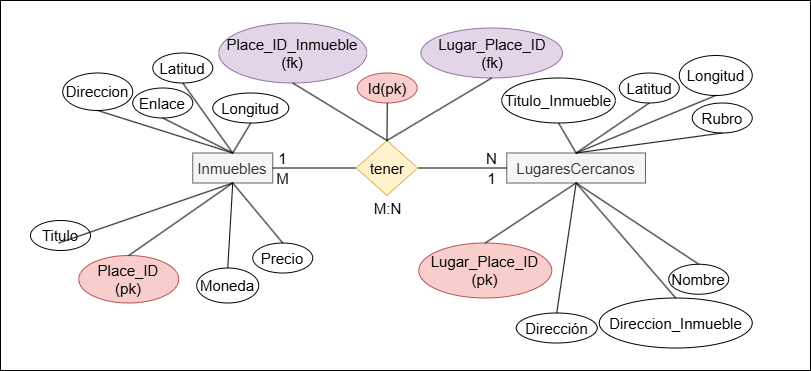
Earlier version of the draw.io export ModelosRelacionales/Modelos-ModeloEntidadRelacion.drawio.png (Vikktor93/webscraping-api-bd-project). Source tidied: cells renumbered, new cells last; positions are measured from the earlier drawing's top-left corner, leaving out a move shared by most shapes. Source of this version:
```xml
<mxGraphModel>
  <root>
    <mxCell id="0" />
    <mxCell id="1" parent="0" />
    <mxCell id="2" style="rounded=0;whiteSpace=wrap;html=1;" parent="1" vertex="1">
      <mxGeometry width="810" height="370" as="geometry" />
    </mxCell>
    <mxCell id="3" value="Inmuebles" style="rounded=0;whiteSpace=wrap;html=1;fillColor=#f5f5f5;fontColor=#333333;strokeColor=#666666;fontSize=15;" parent="1" vertex="1">
      <mxGeometry x="192.2" y="152.5" width="80" height="30" as="geometry" />
    </mxCell>
    <mxCell id="4" value="LugaresCercanos" style="rounded=0;whiteSpace=wrap;html=1;fillColor=#f5f5f5;fontColor=#333333;strokeColor=#666666;fontSize=15;" parent="1" vertex="1">
      <mxGeometry x="506.2" y="152.5" width="138.8" height="30" as="geometry" />
    </mxCell>
    <mxCell id="5" style="endArrow=none;html=1;rounded=0;fontSize=15;entryX=1;entryY=0.5;entryDx=0;entryDy=0;exitX=0;exitY=0.5;exitDx=0;exitDy=0;" parent="1" edge="1" source="7" target="3">
      <mxGeometry relative="1" as="geometry" />
    </mxCell>
    <mxCell id="6" style="endArrow=none;html=1;rounded=0;fontSize=15;entryX=1;entryY=0.5;entryDx=0;entryDy=0;exitX=0;exitY=0.5;exitDx=0;exitDy=0;" parent="1" edge="1" source="4" target="7">
      <mxGeometry relative="1" as="geometry" />
    </mxCell>
    <mxCell id="7" value="&lt;font&gt;tener&lt;/font&gt;" style="rhombus;whiteSpace=wrap;html=1;fontSize=15;fillColor=#fff2cc;strokeColor=#d6b656;" parent="1" vertex="1">
      <mxGeometry x="355.8" y="140" width="61.5" height="55" as="geometry" />
    </mxCell>
    <mxCell id="8" value="&lt;font&gt;M:N&lt;/font&gt;" style="text;html=1;align=center;verticalAlign=middle;strokeColor=none;fillColor=none;fontSize=15;" parent="1" vertex="1">
      <mxGeometry x="361.8" y="192.5" width="50" height="30" as="geometry" />
    </mxCell>
    <mxCell id="9" value="&lt;font&gt;M&lt;/font&gt;" style="text;html=1;align=center;verticalAlign=middle;strokeColor=none;fillColor=none;fontSize=15;" parent="1" vertex="1">
      <mxGeometry x="262.2" y="162.5" width="40" height="30" as="geometry" />
    </mxCell>
    <mxCell id="10" value="&lt;font&gt;1&lt;/font&gt;" style="text;html=1;align=center;verticalAlign=middle;strokeColor=none;fillColor=none;fontSize=15;" parent="1" vertex="1">
      <mxGeometry x="267.2" y="142.5" width="30" height="30" as="geometry" />
    </mxCell>
    <mxCell id="11" value="&lt;font&gt;N&lt;/font&gt;" style="text;html=1;align=center;verticalAlign=middle;strokeColor=none;fillColor=none;fontSize=15;" parent="1" vertex="1">
      <mxGeometry x="476.2" y="142.5" width="30" height="30" as="geometry" />
    </mxCell>
    <mxCell id="12" value="&lt;font&gt;1&lt;/font&gt;" style="text;html=1;align=center;verticalAlign=middle;strokeColor=none;fillColor=none;fontSize=15;" parent="1" vertex="1">
      <mxGeometry x="476.2" y="162.5" width="30" height="30" as="geometry" />
    </mxCell>
    <mxCell id="13" value="Lugar_Place_ID&lt;div&gt;(pk)&lt;/div&gt;" style="ellipse;whiteSpace=wrap;html=1;fontSize=15;fillColor=#f8cecc;strokeColor=#b85450;" parent="1" vertex="1">
      <mxGeometry x="418.2" y="242.5" width="133" height="55" as="geometry" />
    </mxCell>
    <mxCell id="14" style="endArrow=none;html=1;rounded=0;fontSize=15;entryX=0.5;entryY=1;entryDx=0;entryDy=0;exitX=0.5;exitY=0;exitDx=0;exitDy=0;" parent="1" edge="1" source="13" target="4">
      <mxGeometry relative="1" as="geometry" />
    </mxCell>
    <mxCell id="15" value="Titulo_Inmueble" style="ellipse;whiteSpace=wrap;html=1;fontSize=15;" parent="1" vertex="1">
      <mxGeometry x="501.2" y="77.5" width="113.6" height="45" as="geometry" />
    </mxCell>
    <mxCell id="16" style="endArrow=none;html=1;rounded=0;fontSize=15;entryX=0.5;entryY=0;entryDx=0;entryDy=0;exitX=0.5;exitY=1;exitDx=0;exitDy=0;" parent="1" edge="1" source="15" target="4">
      <mxGeometry relative="1" as="geometry" />
    </mxCell>
    <mxCell id="17" value="Direccion_Inmueble" style="ellipse;whiteSpace=wrap;html=1;fontSize=15;" parent="1" vertex="1">
      <mxGeometry x="598.8" y="297.5" width="153" height="50" as="geometry" />
    </mxCell>
    <mxCell id="18" style="endArrow=none;html=1;rounded=0;fontSize=15;entryX=0.5;entryY=1;entryDx=0;entryDy=0;exitX=0.5;exitY=0;exitDx=0;exitDy=0;" parent="1" edge="1" source="17" target="4">
      <mxGeometry relative="1" as="geometry" />
    </mxCell>
    <mxCell id="19" value="Titulo" style="ellipse;whiteSpace=wrap;html=1;fontSize=15;" parent="1" vertex="1">
      <mxGeometry x="30" y="220" width="60" height="30" as="geometry" />
    </mxCell>
    <mxCell id="20" style="endArrow=none;html=1;rounded=0;fontSize=15;entryX=0.5;entryY=1;entryDx=0;entryDy=0;exitX=0.5;exitY=0;exitDx=0;exitDy=0;" parent="1" edge="1">
      <mxGeometry relative="1" as="geometry">
        <mxPoint x="58.2" y="242.5" as="sourcePoint" />
        <mxPoint x="232.2" y="182.5" as="targetPoint" />
      </mxGeometry>
    </mxCell>
    <mxCell id="21" value="Place_ID&lt;div&gt;(pk)&lt;/div&gt;" style="ellipse;whiteSpace=wrap;html=1;fontSize=15;fillColor=#f8cecc;strokeColor=#b85450;" parent="1" vertex="1">
      <mxGeometry x="78.2" y="255" width="100" height="47.5" as="geometry" />
    </mxCell>
    <mxCell id="22" style="endArrow=none;html=1;rounded=0;fontSize=15;exitX=0.5;exitY=0;exitDx=0;exitDy=0;" parent="1" edge="1" source="21">
      <mxGeometry relative="1" as="geometry">
        <mxPoint x="232.2" y="182.5" as="targetPoint" />
      </mxGeometry>
    </mxCell>
    <mxCell id="23" value="Moneda" style="ellipse;whiteSpace=wrap;html=1;fontSize=15;" parent="1" vertex="1">
      <mxGeometry x="196.2" y="267.5" width="62" height="35" as="geometry" />
    </mxCell>
    <mxCell id="24" style="endArrow=none;html=1;rounded=0;fontSize=15;entryX=0.5;entryY=1;entryDx=0;entryDy=0;exitX=0.5;exitY=0;exitDx=0;exitDy=0;" parent="1" edge="1" source="3" target="40">
      <mxGeometry relative="1" as="geometry" />
    </mxCell>
    <mxCell id="25" value="&lt;div&gt;Latitud&lt;/div&gt;" style="ellipse;whiteSpace=wrap;html=1;fontSize=15;" parent="1" vertex="1">
      <mxGeometry x="618.8" y="72.5" width="60" height="30" as="geometry" />
    </mxCell>
    <mxCell id="26" value="&lt;div&gt;Longitud&lt;/div&gt;" style="ellipse;whiteSpace=wrap;html=1;fontSize=15;" parent="1" vertex="1">
      <mxGeometry x="678.8" y="55" width="73" height="40" as="geometry" />
    </mxCell>
    <mxCell id="27" value="&lt;div&gt;Rubro&lt;/div&gt;" style="ellipse;whiteSpace=wrap;html=1;fontSize=15;" parent="1" vertex="1">
      <mxGeometry x="691.8" y="102.5" width="60" height="30" as="geometry" />
    </mxCell>
    <mxCell id="28" value="&lt;div&gt;Nombre&lt;/div&gt;" style="ellipse;whiteSpace=wrap;html=1;fontSize=15;" parent="1" vertex="1">
      <mxGeometry x="668.2" y="263.8" width="60" height="30" as="geometry" />
    </mxCell>
    <mxCell id="29" value="&lt;div&gt;Dirección&lt;/div&gt;" style="ellipse;whiteSpace=wrap;html=1;fontSize=15;" parent="1" vertex="1">
      <mxGeometry x="515.8" y="312.5" width="81" height="30" as="geometry" />
    </mxCell>
    <mxCell id="30" style="endArrow=none;html=1;rounded=0;fontSize=15;entryX=0.5;entryY=0;entryDx=0;entryDy=0;exitX=0.5;exitY=1;exitDx=0;exitDy=0;" parent="1" edge="1" source="25" target="4">
      <mxGeometry relative="1" as="geometry" />
    </mxCell>
    <mxCell id="31" style="endArrow=none;html=1;rounded=0;fontSize=15;entryX=0.5;entryY=0;entryDx=0;entryDy=0;exitX=0.5;exitY=1;exitDx=0;exitDy=0;" parent="1" edge="1" source="26" target="4">
      <mxGeometry relative="1" as="geometry" />
    </mxCell>
    <mxCell id="32" style="endArrow=none;html=1;rounded=0;fontSize=15;entryX=0.5;entryY=0;entryDx=0;entryDy=0;exitX=0.5;exitY=1;exitDx=0;exitDy=0;" parent="1" edge="1" source="27" target="4">
      <mxGeometry relative="1" as="geometry" />
    </mxCell>
    <mxCell id="33" style="endArrow=none;html=1;rounded=0;fontSize=15;entryX=0.5;entryY=1;entryDx=0;entryDy=0;exitX=0.5;exitY=0;exitDx=0;exitDy=0;" parent="1" edge="1" source="28" target="4">
      <mxGeometry relative="1" as="geometry" />
    </mxCell>
    <mxCell id="34" style="endArrow=none;html=1;rounded=0;fontSize=15;entryX=0.5;entryY=1;entryDx=0;entryDy=0;exitX=0.5;exitY=0;exitDx=0;exitDy=0;" parent="1" edge="1" source="29" target="4">
      <mxGeometry relative="1" as="geometry" />
    </mxCell>
    <mxCell id="35" style="endArrow=none;html=1;rounded=0;fontSize=15;exitX=0.5;exitY=0;exitDx=0;exitDy=0;entryX=0.5;entryY=1;entryDx=0;entryDy=0;" parent="1" edge="1" source="23" target="3">
      <mxGeometry relative="1" as="geometry" />
    </mxCell>
    <mxCell id="36" value="Precio" style="ellipse;whiteSpace=wrap;html=1;fontSize=15;" parent="1" vertex="1">
      <mxGeometry x="252.2" y="242.5" width="60" height="30" as="geometry" />
    </mxCell>
    <mxCell id="37" value="Direccion" style="ellipse;whiteSpace=wrap;html=1;fontSize=15;" parent="1" vertex="1">
      <mxGeometry x="62.2" y="72.5" width="70" height="37.5" as="geometry" />
    </mxCell>
    <mxCell id="38" value="Enlace" style="ellipse;whiteSpace=wrap;html=1;fontSize=15;" parent="1" vertex="1">
      <mxGeometry x="132.2" y="87.5" width="60" height="30" as="geometry" />
    </mxCell>
    <mxCell id="39" value="&lt;div&gt;Latitud&lt;/div&gt;" style="ellipse;whiteSpace=wrap;html=1;fontSize=15;" parent="1" vertex="1">
      <mxGeometry x="152.2" y="52.5" width="60" height="30" as="geometry" />
    </mxCell>
    <mxCell id="40" value="&lt;div&gt;Longitud&lt;/div&gt;" style="ellipse;whiteSpace=wrap;html=1;fontSize=15;" parent="1" vertex="1">
      <mxGeometry x="212.2" y="92.5" width="76" height="30" as="geometry" />
    </mxCell>
    <mxCell id="41" style="endArrow=none;html=1;rounded=0;fontSize=15;entryX=0.5;entryY=0;entryDx=0;entryDy=0;exitX=0.5;exitY=1;exitDx=0;exitDy=0;" parent="1" edge="1" source="3" target="36">
      <mxGeometry relative="1" as="geometry" />
    </mxCell>
    <mxCell id="42" style="endArrow=none;html=1;rounded=0;fontSize=15;entryX=0.5;entryY=1;entryDx=0;entryDy=0;exitX=0.5;exitY=0;exitDx=0;exitDy=0;" parent="1" edge="1" source="3" target="39">
      <mxGeometry relative="1" as="geometry" />
    </mxCell>
    <mxCell id="43" style="endArrow=none;html=1;rounded=0;fontSize=15;entryX=0.5;entryY=1;entryDx=0;entryDy=0;exitX=0.5;exitY=0;exitDx=0;exitDy=0;" parent="1" edge="1" source="3" target="38">
      <mxGeometry relative="1" as="geometry" />
    </mxCell>
    <mxCell id="44" style="endArrow=none;html=1;rounded=0;fontSize=15;entryX=0.5;entryY=1;entryDx=0;entryDy=0;exitX=0.5;exitY=0;exitDx=0;exitDy=0;" parent="1" edge="1" source="3" target="37">
      <mxGeometry relative="1" as="geometry" />
    </mxCell>
    <mxCell id="45" style="edgeStyle=orthogonalEdgeStyle;rounded=0;orthogonalLoop=1;jettySize=auto;html=1;exitX=0.5;exitY=1;exitDx=0;exitDy=0;fontSize=15;" parent="1" edge="1" source="28" target="28">
      <mxGeometry relative="1" as="geometry" />
    </mxCell>
    <mxCell id="46" value="Lugar_Place_ID&lt;div&gt;(fk)&lt;/div&gt;" style="ellipse;whiteSpace=wrap;html=1;fontSize=15;fillColor=#e1d5e7;strokeColor=#9673a6;" parent="1" vertex="1">
      <mxGeometry x="420.5" y="27.5" width="141.5" height="50" as="geometry" />
    </mxCell>
    <mxCell id="47" style="endArrow=none;html=1;rounded=0;fontSize=15;exitX=0.5;exitY=0;exitDx=0;exitDy=0;entryX=0.5;entryY=1;entryDx=0;entryDy=0;" parent="1" edge="1" source="7" target="46">
      <mxGeometry relative="1" as="geometry" />
    </mxCell>
    <mxCell id="48" value="Place_ID_Inmueble&lt;div&gt;(fk)&lt;/div&gt;" style="ellipse;whiteSpace=wrap;html=1;fontSize=15;fillColor=#e1d5e7;strokeColor=#9673a6;" parent="1" vertex="1">
      <mxGeometry x="218.2" y="22.5" width="148" height="60" as="geometry" />
    </mxCell>
    <mxCell id="49" style="endArrow=none;html=1;rounded=0;fontSize=15;entryX=0.5;entryY=1;entryDx=0;entryDy=0;exitX=0.5;exitY=0;exitDx=0;exitDy=0;" parent="1" edge="1" source="7" target="48">
      <mxGeometry relative="1" as="geometry" />
    </mxCell>
    <mxCell id="50" value="Id(pk)" style="ellipse;whiteSpace=wrap;html=1;fontSize=15;fillColor=#f8cecc;strokeColor=#b85450;" parent="1" vertex="1">
      <mxGeometry x="356.8" y="72.5" width="60" height="30" as="geometry" />
    </mxCell>
    <mxCell id="51" style="endArrow=none;html=1;rounded=0;fontSize=15;exitX=0.5;exitY=0;exitDx=0;exitDy=0;entryX=0.5;entryY=1;entryDx=0;entryDy=0;" parent="1" edge="1" source="7" target="50">
      <mxGeometry relative="1" as="geometry" />
    </mxCell>
  </root>
</mxGraphModel>
```
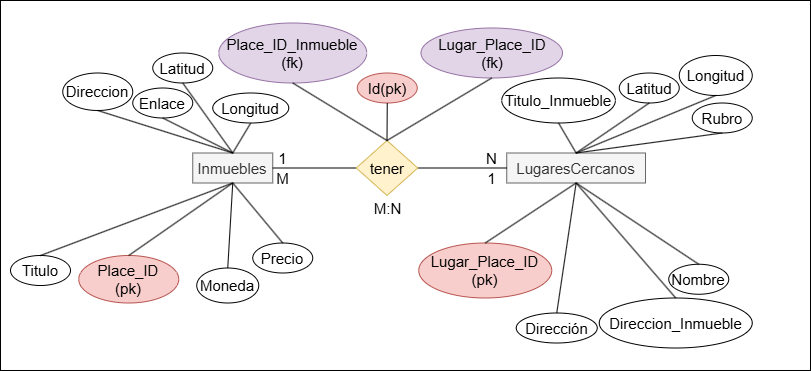
After the change.

The edit, as a diff of the source:
```diff
@@ -54,11 +54,10 @@
       <mxGeometry relative="1" as="geometry" />
     </mxCell>
     <mxCell id="19" value="Titulo" style="ellipse;whiteSpace=wrap;html=1;fontSize=15;" parent="1" vertex="1">
-      <mxGeometry x="30" y="220" width="60" height="30" as="geometry" />
+      <mxGeometry x="10" y="255" width="60" height="30" as="geometry" />
     </mxCell>
-    <mxCell id="20" style="endArrow=none;html=1;rounded=0;fontSize=15;entryX=0.5;entryY=1;entryDx=0;entryDy=0;exitX=0.5;exitY=0;exitDx=0;exitDy=0;" parent="1" edge="1">
+    <mxCell id="20" style="endArrow=none;html=1;rounded=0;fontSize=15;entryX=0.5;entryY=1;entryDx=0;entryDy=0;exitX=0.5;exitY=0;exitDx=0;exitDy=0;" parent="1" edge="1" source="19">
       <mxGeometry relative="1" as="geometry">
-        <mxPoint x="58.2" y="242.5" as="sourcePoint" />
         <mxPoint x="232.2" y="182.5" as="targetPoint" />
       </mxGeometry>
     </mxCell>
```
